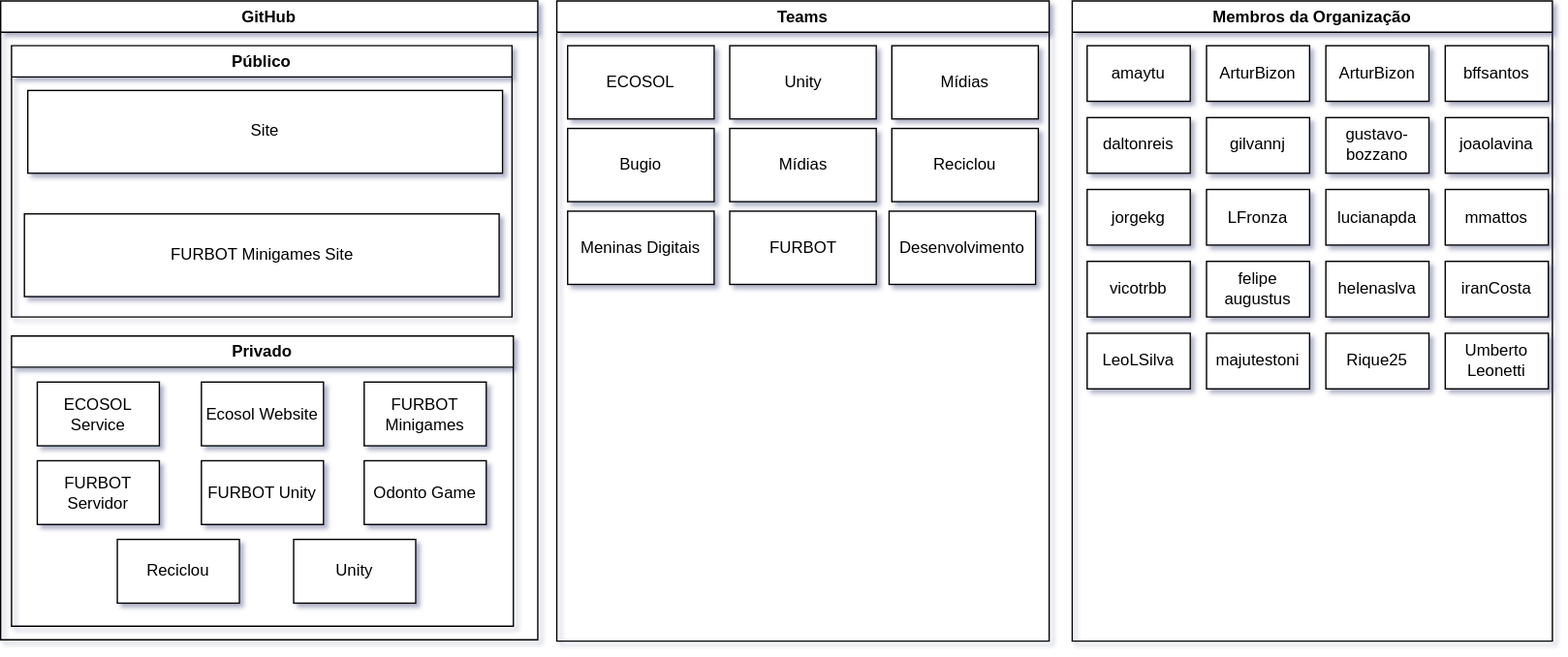
This is organograma.drawio.svg from LDTTFURB/site, a draw.io export, as it was before one commit. Source tidied: cells renumbered, new cells last; positions are measured from the earlier drawing's top-left corner, leaving out a move shared by most shapes.
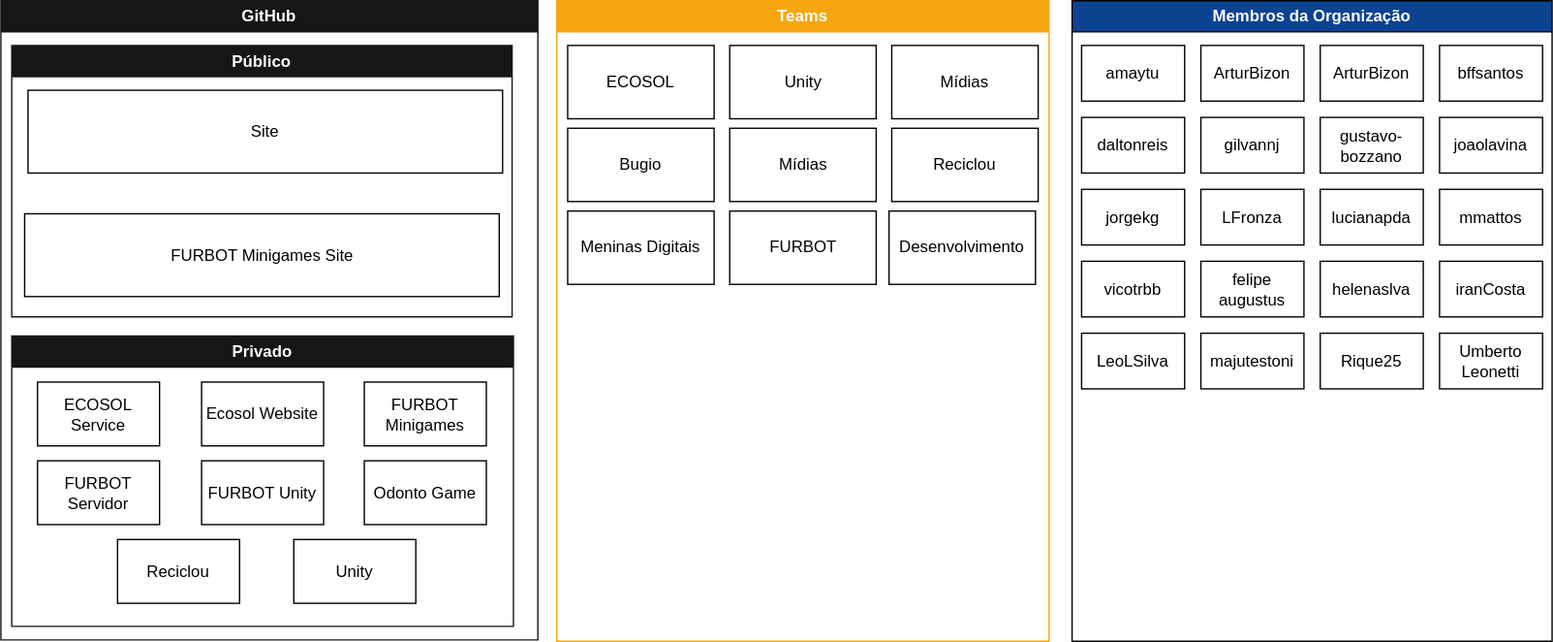
After the change.

Commit message:
organograma cores

The edit, as a diff of the source:
```diff
@@ -1,20 +1,20 @@
-<mxGraphModel background="#ffffff" shadow="1">
+<mxGraphModel>
   <root>
     <mxCell id="0" />
     <mxCell id="1" parent="0" />
-    <mxCell id="2" value="GitHub" style="swimlane;whiteSpace=wrap;html=1;" parent="1" vertex="1">
+    <mxCell id="2" value="&lt;font color=&quot;#ffffff&quot;&gt;GitHub&lt;/font&gt;" style="swimlane;whiteSpace=wrap;html=1;fillColor=#171515;strokeColor=#171515;" parent="1" vertex="1">
       <mxGeometry width="396" height="471" as="geometry" />
     </mxCell>
-    <mxCell id="3" value="Público" style="swimlane;whiteSpace=wrap;html=1;" parent="2" vertex="1">
+    <mxCell id="3" value="&lt;font color=&quot;#ffffff&quot;&gt;Público&lt;/font&gt;" style="swimlane;whiteSpace=wrap;html=1;startSize=23;strokeColor=#171515;fillColor=#171515;" parent="2" vertex="1">
       <mxGeometry x="8" y="33" width="369" height="200" as="geometry" />
     </mxCell>
-    <mxCell id="4" value="Site" style="rounded=0;whiteSpace=wrap;html=1;gradientColor=none;" parent="3" vertex="1">
+    <mxCell id="4" value="Site" style="rounded=0;whiteSpace=wrap;html=1;" parent="3" vertex="1">
       <mxGeometry x="12" y="33" width="350" height="61" as="geometry" />
     </mxCell>
     <mxCell id="5" value="FURBOT Minigames Site" style="rounded=0;whiteSpace=wrap;html=1;gradientColor=none;" parent="3" vertex="1">
       <mxGeometry x="9.5" y="124" width="350" height="61" as="geometry" />
     </mxCell>
-    <mxCell id="6" value="Privado" style="swimlane;whiteSpace=wrap;html=1;" parent="2" vertex="1">
+    <mxCell id="6" value="&lt;font color=&quot;#ffffff&quot;&gt;Privado&lt;/font&gt;" style="swimlane;whiteSpace=wrap;html=1;fillColor=#171515;strokeColor=#171515;startSize=23;" parent="2" vertex="1">
       <mxGeometry x="8" y="247" width="370" height="214" as="geometry" />
     </mxCell>
     <mxCell id="7" value="Unity" style="rounded=0;whiteSpace=wrap;html=1;gradientColor=none;" parent="6" vertex="1">
@@ -41,70 +41,70 @@
     <mxCell id="14" value="Ecosol Website" style="rounded=0;whiteSpace=wrap;html=1;gradientColor=none;" parent="6" vertex="1">
       <mxGeometry x="140" y="34" width="90" height="47" as="geometry" />
     </mxCell>
-    <mxCell id="15" value="Membros da Organização&lt;br&gt;" style="swimlane;whiteSpace=wrap;html=1;" parent="1" vertex="1">
+    <mxCell id="15" value="&lt;font color=&quot;#ffffff&quot;&gt;Membros da Organização&lt;/font&gt;" style="swimlane;whiteSpace=wrap;html=1;fillColor=#0c4391;" parent="1" vertex="1">
       <mxGeometry x="790" width="354" height="472" as="geometry" />
     </mxCell>
     <mxCell id="16" value="amaytu" style="whiteSpace=wrap;html=1;" parent="15" vertex="1">
-      <mxGeometry x="11" y="33" width="76" height="41" as="geometry" />
+      <mxGeometry x="7" y="33" width="76" height="41" as="geometry" />
     </mxCell>
     <mxCell id="17" value="ArturBizon" style="whiteSpace=wrap;html=1;" parent="15" vertex="1">
-      <mxGeometry x="99" y="33" width="76" height="41" as="geometry" />
+      <mxGeometry x="95" y="33" width="76" height="41" as="geometry" />
     </mxCell>
     <mxCell id="18" value="ArturBizon" style="whiteSpace=wrap;html=1;" parent="15" vertex="1">
-      <mxGeometry x="187" y="33" width="76" height="41" as="geometry" />
+      <mxGeometry x="183" y="33" width="76" height="41" as="geometry" />
     </mxCell>
     <mxCell id="19" value="bffsantos" style="whiteSpace=wrap;html=1;" parent="15" vertex="1">
-      <mxGeometry x="275" y="33" width="76" height="41" as="geometry" />
+      <mxGeometry x="271" y="33" width="76" height="41" as="geometry" />
     </mxCell>
     <mxCell id="20" value="daltonreis" style="whiteSpace=wrap;html=1;" parent="15" vertex="1">
-      <mxGeometry x="11" y="86" width="76" height="41" as="geometry" />
+      <mxGeometry x="7" y="86" width="76" height="41" as="geometry" />
     </mxCell>
     <mxCell id="21" value="gilvannj&lt;br&gt;" style="whiteSpace=wrap;html=1;" parent="15" vertex="1">
-      <mxGeometry x="99" y="86" width="76" height="41" as="geometry" />
+      <mxGeometry x="95" y="86" width="76" height="41" as="geometry" />
     </mxCell>
     <mxCell id="22" value="gustavo-bozzano" style="whiteSpace=wrap;html=1;" parent="15" vertex="1">
-      <mxGeometry x="187" y="86" width="76" height="41" as="geometry" />
+      <mxGeometry x="183" y="86" width="76" height="41" as="geometry" />
     </mxCell>
     <mxCell id="23" value="joaolavina" style="whiteSpace=wrap;html=1;" parent="15" vertex="1">
-      <mxGeometry x="275" y="86" width="76" height="41" as="geometry" />
+      <mxGeometry x="271" y="86" width="76" height="41" as="geometry" />
     </mxCell>
     <mxCell id="24" value="jorgekg&lt;br&gt;" style="whiteSpace=wrap;html=1;" parent="15" vertex="1">
-      <mxGeometry x="11" y="139" width="76" height="41" as="geometry" />
+      <mxGeometry x="7" y="139" width="76" height="41" as="geometry" />
     </mxCell>
     <mxCell id="25" value="LFronza" style="whiteSpace=wrap;html=1;" parent="15" vertex="1">
-      <mxGeometry x="99" y="139" width="76" height="41" as="geometry" />
+      <mxGeometry x="95" y="139" width="76" height="41" as="geometry" />
     </mxCell>
     <mxCell id="26" value="lucianapda" style="whiteSpace=wrap;html=1;" parent="15" vertex="1">
-      <mxGeometry x="187" y="139" width="76" height="41" as="geometry" />
+      <mxGeometry x="183" y="139" width="76" height="41" as="geometry" />
     </mxCell>
     <mxCell id="27" value="mmattos" style="whiteSpace=wrap;html=1;" parent="15" vertex="1">
-      <mxGeometry x="275" y="139" width="76" height="41" as="geometry" />
+      <mxGeometry x="271" y="139" width="76" height="41" as="geometry" />
     </mxCell>
     <mxCell id="28" value="vicotrbb" style="whiteSpace=wrap;html=1;" parent="15" vertex="1">
-      <mxGeometry x="11" y="192" width="76" height="41" as="geometry" />
+      <mxGeometry x="7" y="192" width="76" height="41" as="geometry" />
     </mxCell>
     <mxCell id="29" value="felipe&lt;br&gt;augustus" style="whiteSpace=wrap;html=1;" parent="15" vertex="1">
-      <mxGeometry x="99" y="192" width="76" height="41" as="geometry" />
+      <mxGeometry x="95" y="192" width="76" height="41" as="geometry" />
     </mxCell>
     <mxCell id="30" value="helenaslva" style="whiteSpace=wrap;html=1;" parent="15" vertex="1">
-      <mxGeometry x="187" y="192" width="76" height="41" as="geometry" />
+      <mxGeometry x="183" y="192" width="76" height="41" as="geometry" />
     </mxCell>
     <mxCell id="31" value="iranCosta" style="whiteSpace=wrap;html=1;" parent="15" vertex="1">
-      <mxGeometry x="275" y="192" width="76" height="41" as="geometry" />
+      <mxGeometry x="271" y="192" width="76" height="41" as="geometry" />
     </mxCell>
     <mxCell id="32" value="LeoLSilva" style="whiteSpace=wrap;html=1;" parent="15" vertex="1">
-      <mxGeometry x="11" y="245" width="76" height="41" as="geometry" />
+      <mxGeometry x="7" y="245" width="76" height="41" as="geometry" />
     </mxCell>
     <mxCell id="33" value="majutestoni" style="whiteSpace=wrap;html=1;" parent="15" vertex="1">
-      <mxGeometry x="99" y="245" width="76" height="41" as="geometry" />
+      <mxGeometry x="95" y="245" width="76" height="41" as="geometry" />
     </mxCell>
     <mxCell id="34" value="Rique25" style="whiteSpace=wrap;html=1;" parent="15" vertex="1">
-      <mxGeometry x="187" y="245" width="76" height="41" as="geometry" />
+      <mxGeometry x="183" y="245" width="76" height="41" as="geometry" />
     </mxCell>
     <mxCell id="35" value="Umberto&lt;br&gt;Leonetti" style="whiteSpace=wrap;html=1;" parent="15" vertex="1">
-      <mxGeometry x="275" y="245" width="76" height="41" as="geometry" />
+      <mxGeometry x="271" y="245" width="76" height="41" as="geometry" />
     </mxCell>
-    <mxCell id="36" value="Teams" style="swimlane;whiteSpace=wrap;html=1;" parent="1" vertex="1">
+    <mxCell id="36" value="&lt;font color=&quot;#ffffff&quot;&gt;Teams&lt;/font&gt;" style="swimlane;whiteSpace=wrap;html=1;fillColor=#F6A611;startSize=23;strokeColor=#F6A611;" parent="1" vertex="1">
       <mxGeometry x="410" width="363" height="472" as="geometry" />
     </mxCell>
     <mxCell id="37" value="ECOSOL&lt;br&gt;" style="rounded=0;whiteSpace=wrap;html=1;" parent="36" vertex="1">
```
